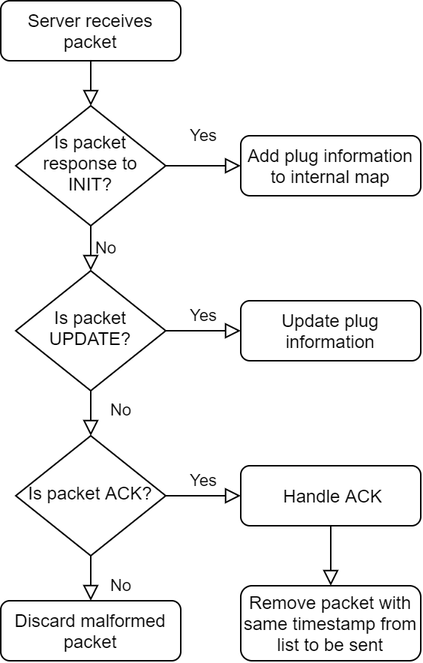
Before: paper/assets/server_logic.png, a diagram exported from draw.io (francescomagarotto/SmartPlugs-Wireless-Networks). Source tidied: cells renumbered, new cells last; positions are measured from the earlier drawing's top-left corner, leaving out a move shared by most shapes. Its diagram source:
```xml
<mxGraphModel>
  <root>
    <mxCell id="0" />
    <mxCell id="1" parent="0" />
    <mxCell id="2" style="rounded=0;html=1;jettySize=auto;fontSize=11;endArrow=block;endFill=0;endSize=8;strokeWidth=1;shadow=0;labelBackgroundColor=none;edgeStyle=orthogonalEdgeStyle;" parent="1" edge="1" source="3" target="6">
      <mxGeometry relative="1" as="geometry" />
    </mxCell>
    <mxCell id="3" value="Server receives packet" style="rounded=1;whiteSpace=wrap;html=1;fontSize=12;glass=0;strokeWidth=1;shadow=0;" parent="1" vertex="1">
      <mxGeometry width="120" height="40" as="geometry" />
    </mxCell>
    <mxCell id="4" value="Yes" style="rounded=0;html=1;jettySize=auto;fontSize=11;endArrow=block;endFill=0;endSize=8;strokeWidth=1;shadow=0;labelBackgroundColor=none;edgeStyle=orthogonalEdgeStyle;exitX=1;exitY=0.5;exitDx=0;exitDy=0;entryX=0;entryY=0.5;entryDx=0;entryDy=0;" parent="1" edge="1" source="6" target="7">
      <mxGeometry y="20" relative="1" as="geometry" />
    </mxCell>
    <mxCell id="5" value="No" style="edgeStyle=orthogonalEdgeStyle;rounded=0;html=1;jettySize=auto;fontSize=11;endArrow=block;endFill=0;endSize=8;strokeWidth=1;shadow=0;labelBackgroundColor=none;entryX=0.5;entryY=0;entryDx=0;entryDy=0;exitX=0.5;exitY=1;exitDx=0;exitDy=0;" parent="1" edge="1" source="6" target="10">
      <mxGeometry y="10" relative="1" as="geometry" />
    </mxCell>
    <mxCell id="6" value="Is packet response to INIT?" style="rhombus;whiteSpace=wrap;html=1;shadow=0;fontFamily=Helvetica;fontSize=12;align=center;strokeWidth=1;spacing=6;spacingTop=-4;" parent="1" vertex="1">
      <mxGeometry x="10" y="70" width="100" height="80" as="geometry" />
    </mxCell>
    <mxCell id="7" value="Add plug information to internal map" style="rounded=1;whiteSpace=wrap;html=1;fontSize=12;glass=0;strokeWidth=1;shadow=0;" parent="1" vertex="1">
      <mxGeometry x="160" y="90" width="120" height="40" as="geometry" />
    </mxCell>
    <mxCell id="8" value="No" style="rounded=0;html=1;jettySize=auto;fontSize=11;endArrow=block;endFill=0;endSize=8;strokeWidth=1;shadow=0;labelBackgroundColor=none;edgeStyle=orthogonalEdgeStyle;entryX=0.5;entryY=0;entryDx=0;entryDy=0;" parent="1" edge="1" source="10" target="13">
      <mxGeometry x="0.33" y="20" relative="1" as="geometry" />
    </mxCell>
    <mxCell id="9" value="Yes" style="edgeStyle=orthogonalEdgeStyle;rounded=0;html=1;jettySize=auto;fontSize=11;endArrow=block;endFill=0;endSize=8;strokeWidth=1;shadow=0;labelBackgroundColor=none;" parent="1" edge="1" source="10" target="12">
      <mxGeometry y="10" relative="1" as="geometry" />
    </mxCell>
    <mxCell id="10" value="Is packet UPDATE?" style="rhombus;whiteSpace=wrap;html=1;shadow=0;fontFamily=Helvetica;fontSize=12;align=center;strokeWidth=1;spacing=6;spacingTop=-4;" parent="1" vertex="1">
      <mxGeometry x="10" y="180" width="100" height="80" as="geometry" />
    </mxCell>
    <mxCell id="11" value="&amp;nbsp;Handle ACK" style="rounded=1;whiteSpace=wrap;html=1;fontSize=12;glass=0;strokeWidth=1;shadow=0;" parent="1" vertex="1">
      <mxGeometry x="160" y="310" width="120" height="40" as="geometry" />
    </mxCell>
    <mxCell id="12" value="Update plug information" style="rounded=1;whiteSpace=wrap;html=1;fontSize=12;glass=0;strokeWidth=1;shadow=0;" parent="1" vertex="1">
      <mxGeometry x="160" y="200" width="120" height="40" as="geometry" />
    </mxCell>
    <mxCell id="13" value="Is packet ACK?" style="rhombus;whiteSpace=wrap;html=1;shadow=0;fontFamily=Helvetica;fontSize=12;align=center;strokeWidth=1;spacing=6;spacingTop=-4;" parent="1" vertex="1">
      <mxGeometry x="10" y="290" width="100" height="80" as="geometry" />
    </mxCell>
    <mxCell id="14" value="Yes" style="edgeStyle=orthogonalEdgeStyle;rounded=0;html=1;jettySize=auto;fontSize=11;endArrow=block;endFill=0;endSize=8;strokeWidth=1;shadow=0;labelBackgroundColor=none;exitX=1;exitY=0.5;exitDx=0;exitDy=0;entryX=0;entryY=0.5;entryDx=0;entryDy=0;" parent="1" edge="1" source="13" target="11">
      <mxGeometry y="10" relative="1" as="geometry">
        <Array as="points">
          <mxPoint x="130" y="330" />
          <mxPoint x="130" y="330" />
        </Array>
      </mxGeometry>
    </mxCell>
    <mxCell id="15" value="No" style="rounded=0;html=1;jettySize=auto;fontSize=11;endArrow=block;endFill=0;endSize=8;strokeWidth=1;shadow=0;labelBackgroundColor=none;edgeStyle=orthogonalEdgeStyle;entryX=0.5;entryY=0;entryDx=0;entryDy=0;exitX=0.5;exitY=1;exitDx=0;exitDy=0;" parent="1" edge="1" source="13" target="16">
      <mxGeometry x="0.33" y="20" relative="1" as="geometry" />
    </mxCell>
    <mxCell id="16" value="Discard malformed packet" style="rounded=1;whiteSpace=wrap;html=1;fontSize=12;glass=0;strokeWidth=1;shadow=0;" parent="1" vertex="1">
      <mxGeometry y="400" width="120" height="40" as="geometry" />
    </mxCell>
    <mxCell id="17" style="rounded=0;html=1;jettySize=auto;fontSize=11;endArrow=block;endFill=0;endSize=8;strokeWidth=1;shadow=0;labelBackgroundColor=none;edgeStyle=orthogonalEdgeStyle;exitX=0.5;exitY=1;exitDx=0;exitDy=0;entryX=0.5;entryY=0;entryDx=0;entryDy=0;" parent="1" edge="1" source="11" target="18">
      <mxGeometry relative="1" as="geometry" />
    </mxCell>
    <mxCell id="18" value="Remove packet with same timestamp from list to be sent" style="rounded=1;whiteSpace=wrap;html=1;fontSize=12;glass=0;strokeWidth=1;shadow=0;" parent="1" vertex="1">
      <mxGeometry x="160" y="390" width="120" height="50" as="geometry" />
    </mxCell>
  </root>
</mxGraphModel>
```
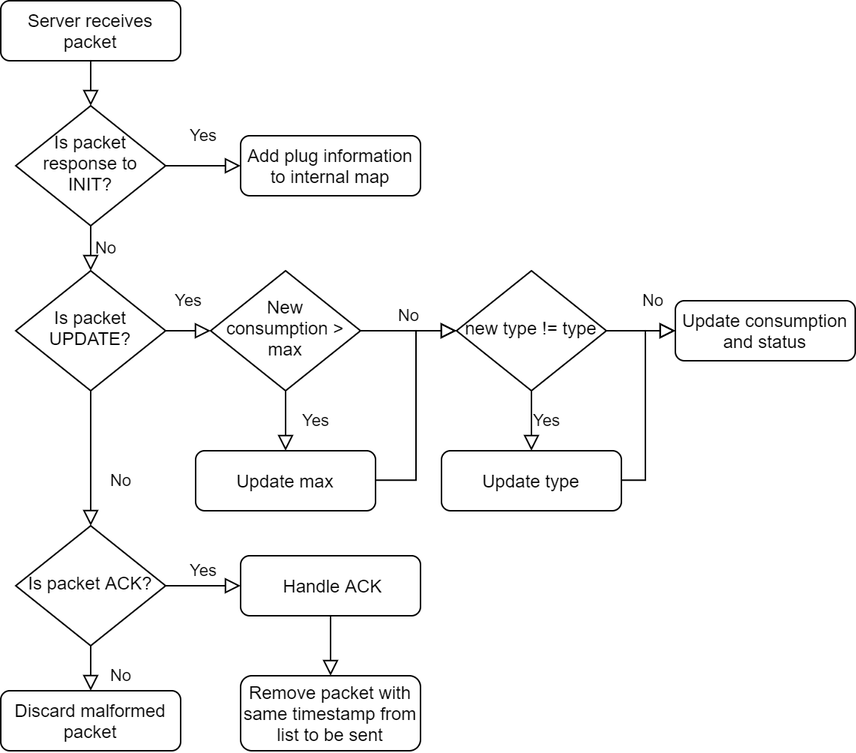
After the change.

The edit, as a diff of the source:
```diff
@@ -6,57 +6,103 @@
       <mxGeometry relative="1" as="geometry" />
     </mxCell>
     <mxCell id="3" value="Server receives packet" style="rounded=1;whiteSpace=wrap;html=1;fontSize=12;glass=0;strokeWidth=1;shadow=0;" parent="1" vertex="1">
-      <mxGeometry width="120" height="40" as="geometry" />
+      <mxGeometry x="80" y="-30" width="120" height="40" as="geometry" />
     </mxCell>
     <mxCell id="4" value="Yes" style="rounded=0;html=1;jettySize=auto;fontSize=11;endArrow=block;endFill=0;endSize=8;strokeWidth=1;shadow=0;labelBackgroundColor=none;edgeStyle=orthogonalEdgeStyle;exitX=1;exitY=0.5;exitDx=0;exitDy=0;entryX=0;entryY=0.5;entryDx=0;entryDy=0;" parent="1" edge="1" source="6" target="7">
       <mxGeometry y="20" relative="1" as="geometry" />
     </mxCell>
-    <mxCell id="5" value="No" style="edgeStyle=orthogonalEdgeStyle;rounded=0;html=1;jettySize=auto;fontSize=11;endArrow=block;endFill=0;endSize=8;strokeWidth=1;shadow=0;labelBackgroundColor=none;entryX=0.5;entryY=0;entryDx=0;entryDy=0;exitX=0.5;exitY=1;exitDx=0;exitDy=0;" parent="1" edge="1" source="6" target="10">
+    <mxCell id="5" value="No" style="edgeStyle=orthogonalEdgeStyle;rounded=0;html=1;jettySize=auto;fontSize=11;endArrow=block;endFill=0;endSize=8;strokeWidth=1;shadow=0;labelBackgroundColor=none;entryX=0.5;entryY=0;entryDx=0;entryDy=0;exitX=0.5;exitY=1;exitDx=0;exitDy=0;" parent="1" edge="1" source="6" target="9">
       <mxGeometry y="10" relative="1" as="geometry" />
     </mxCell>
     <mxCell id="6" value="Is packet response to INIT?" style="rhombus;whiteSpace=wrap;html=1;shadow=0;fontFamily=Helvetica;fontSize=12;align=center;strokeWidth=1;spacing=6;spacingTop=-4;" parent="1" vertex="1">
-      <mxGeometry x="10" y="70" width="100" height="80" as="geometry" />
+      <mxGeometry x="90" y="40" width="100" height="80" as="geometry" />
     </mxCell>
     <mxCell id="7" value="Add plug information to internal map" style="rounded=1;whiteSpace=wrap;html=1;fontSize=12;glass=0;strokeWidth=1;shadow=0;" parent="1" vertex="1">
-      <mxGeometry x="160" y="90" width="120" height="40" as="geometry" />
+      <mxGeometry x="240" y="60" width="120" height="40" as="geometry" />
     </mxCell>
-    <mxCell id="8" value="No" style="rounded=0;html=1;jettySize=auto;fontSize=11;endArrow=block;endFill=0;endSize=8;strokeWidth=1;shadow=0;labelBackgroundColor=none;edgeStyle=orthogonalEdgeStyle;entryX=0.5;entryY=0;entryDx=0;entryDy=0;" parent="1" edge="1" source="10" target="13">
+    <mxCell id="8" value="No" style="rounded=0;html=1;jettySize=auto;fontSize=11;endArrow=block;endFill=0;endSize=8;strokeWidth=1;shadow=0;labelBackgroundColor=none;edgeStyle=orthogonalEdgeStyle;entryX=0.5;entryY=0;entryDx=0;entryDy=0;" parent="1" edge="1" source="9" target="11">
       <mxGeometry x="0.33" y="20" relative="1" as="geometry" />
     </mxCell>
-    <mxCell id="9" value="Yes" style="edgeStyle=orthogonalEdgeStyle;rounded=0;html=1;jettySize=auto;fontSize=11;endArrow=block;endFill=0;endSize=8;strokeWidth=1;shadow=0;labelBackgroundColor=none;" parent="1" edge="1" source="10" target="12">
-      <mxGeometry y="10" relative="1" as="geometry" />
+    <mxCell id="9" value="Is packet UPDATE?" style="rhombus;whiteSpace=wrap;html=1;shadow=0;fontFamily=Helvetica;fontSize=12;align=center;strokeWidth=1;spacing=6;spacingTop=-4;" parent="1" vertex="1">
+      <mxGeometry x="90" y="150" width="100" height="80" as="geometry" />
     </mxCell>
-    <mxCell id="10" value="Is packet UPDATE?" style="rhombus;whiteSpace=wrap;html=1;shadow=0;fontFamily=Helvetica;fontSize=12;align=center;strokeWidth=1;spacing=6;spacingTop=-4;" parent="1" vertex="1">
-      <mxGeometry x="10" y="180" width="100" height="80" as="geometry" />
+    <mxCell id="10" value="&amp;nbsp;Handle ACK" style="rounded=1;whiteSpace=wrap;html=1;fontSize=12;glass=0;strokeWidth=1;shadow=0;" parent="1" vertex="1">
+      <mxGeometry x="240" y="340" width="120" height="40" as="geometry" />
     </mxCell>
-    <mxCell id="11" value="&amp;nbsp;Handle ACK" style="rounded=1;whiteSpace=wrap;html=1;fontSize=12;glass=0;strokeWidth=1;shadow=0;" parent="1" vertex="1">
-      <mxGeometry x="160" y="310" width="120" height="40" as="geometry" />
+    <mxCell id="11" value="Is packet ACK?" style="rhombus;whiteSpace=wrap;html=1;shadow=0;fontFamily=Helvetica;fontSize=12;align=center;strokeWidth=1;spacing=6;spacingTop=-4;" parent="1" vertex="1">
+      <mxGeometry x="90" y="320" width="100" height="80" as="geometry" />
     </mxCell>
-    <mxCell id="12" value="Update plug information" style="rounded=1;whiteSpace=wrap;html=1;fontSize=12;glass=0;strokeWidth=1;shadow=0;" parent="1" vertex="1">
-      <mxGeometry x="160" y="200" width="120" height="40" as="geometry" />
+    <mxCell id="12" value="Yes" style="edgeStyle=orthogonalEdgeStyle;rounded=0;html=1;jettySize=auto;fontSize=11;endArrow=block;endFill=0;endSize=8;strokeWidth=1;shadow=0;labelBackgroundColor=none;exitX=1;exitY=0.5;exitDx=0;exitDy=0;entryX=0;entryY=0.5;entryDx=0;entryDy=0;" parent="1" edge="1" source="11" target="10">
+      <mxGeometry y="10" relative="1" as="geometry">
+        <Array as="points">
+          <mxPoint x="210" y="360" />
+          <mxPoint x="210" y="360" />
+        </Array>
+      </mxGeometry>
     </mxCell>
-    <mxCell id="13" value="Is packet ACK?" style="rhombus;whiteSpace=wrap;html=1;shadow=0;fontFamily=Helvetica;fontSize=12;align=center;strokeWidth=1;spacing=6;spacingTop=-4;" parent="1" vertex="1">
-      <mxGeometry x="10" y="290" width="100" height="80" as="geometry" />
+    <mxCell id="13" value="No" style="rounded=0;html=1;jettySize=auto;fontSize=11;endArrow=block;endFill=0;endSize=8;strokeWidth=1;shadow=0;labelBackgroundColor=none;edgeStyle=orthogonalEdgeStyle;entryX=0.5;entryY=0;entryDx=0;entryDy=0;exitX=0.5;exitY=1;exitDx=0;exitDy=0;" parent="1" edge="1" source="11" target="14">
+      <mxGeometry x="0.33" y="20" relative="1" as="geometry" />
     </mxCell>
-    <mxCell id="14" value="Yes" style="edgeStyle=orthogonalEdgeStyle;rounded=0;html=1;jettySize=auto;fontSize=11;endArrow=block;endFill=0;endSize=8;strokeWidth=1;shadow=0;labelBackgroundColor=none;exitX=1;exitY=0.5;exitDx=0;exitDy=0;entryX=0;entryY=0.5;entryDx=0;entryDy=0;" parent="1" edge="1" source="13" target="11">
-      <mxGeometry y="10" relative="1" as="geometry">
-        <Array as="points">
-          <mxPoint x="130" y="330" />
-          <mxPoint x="130" y="330" />
-        </Array>
-      </mxGeometry>
+    <mxCell id="14" value="Discard malformed packet" style="rounded=1;whiteSpace=wrap;html=1;fontSize=12;glass=0;strokeWidth=1;shadow=0;" parent="1" vertex="1">
+      <mxGeometry x="80" y="430" width="120" height="40" as="geometry" />
     </mxCell>
-    <mxCell id="15" value="No" style="rounded=0;html=1;jettySize=auto;fontSize=11;endArrow=block;endFill=0;endSize=8;strokeWidth=1;shadow=0;labelBackgroundColor=none;edgeStyle=orthogonalEdgeStyle;entryX=0.5;entryY=0;entryDx=0;entryDy=0;exitX=0.5;exitY=1;exitDx=0;exitDy=0;" parent="1" edge="1" source="13" target="16">
-      <mxGeometry x="0.33" y="20" relative="1" as="geometry" />
+    <mxCell id="15" value="Yes" style="rounded=0;html=1;jettySize=auto;fontSize=11;endArrow=block;endFill=0;endSize=8;strokeWidth=1;shadow=0;labelBackgroundColor=none;edgeStyle=orthogonalEdgeStyle;exitX=0.5;exitY=1;exitDx=0;exitDy=0;" parent="1" edge="1" source="17" target="18">
+      <mxGeometry y="20" relative="1" as="geometry" />
     </mxCell>
-    <mxCell id="16" value="Discard malformed packet" style="rounded=1;whiteSpace=wrap;html=1;fontSize=12;glass=0;strokeWidth=1;shadow=0;" parent="1" vertex="1">
-      <mxGeometry y="400" width="120" height="40" as="geometry" />
+    <mxCell id="16" value="No" style="edgeStyle=orthogonalEdgeStyle;rounded=0;html=1;jettySize=auto;fontSize=11;endArrow=block;endFill=0;endSize=8;strokeWidth=1;shadow=0;labelBackgroundColor=none;entryX=0;entryY=0.5;entryDx=0;entryDy=0;" parent="1" edge="1" source="17" target="21">
+      <mxGeometry y="10" relative="1" as="geometry" />
     </mxCell>
-    <mxCell id="17" style="rounded=0;html=1;jettySize=auto;fontSize=11;endArrow=block;endFill=0;endSize=8;strokeWidth=1;shadow=0;labelBackgroundColor=none;edgeStyle=orthogonalEdgeStyle;exitX=0.5;exitY=1;exitDx=0;exitDy=0;entryX=0.5;entryY=0;entryDx=0;entryDy=0;" parent="1" edge="1" source="11" target="18">
-      <mxGeometry relative="1" as="geometry" />
+    <mxCell id="17" value="New consumption &amp;gt; max" style="rhombus;whiteSpace=wrap;html=1;shadow=0;fontFamily=Helvetica;fontSize=12;align=center;strokeWidth=1;spacing=6;spacingTop=-4;" parent="1" vertex="1">
+      <mxGeometry x="220" y="150" width="100" height="80" as="geometry" />
     </mxCell>
-    <mxCell id="18" value="Remove packet with same timestamp from list to be sent" style="rounded=1;whiteSpace=wrap;html=1;fontSize=12;glass=0;strokeWidth=1;shadow=0;" parent="1" vertex="1">
-      <mxGeometry x="160" y="390" width="120" height="50" as="geometry" />
+    <mxCell id="18" value="Update max" style="rounded=1;whiteSpace=wrap;html=1;fontSize=12;glass=0;strokeWidth=1;shadow=0;" parent="1" vertex="1">
+      <mxGeometry x="210" y="270" width="120" height="40" as="geometry" />
     </mxCell>
+    <mxCell id="19" value="No" style="rounded=0;html=1;jettySize=auto;fontSize=11;endArrow=block;endFill=0;endSize=8;strokeWidth=1;shadow=0;labelBackgroundColor=none;edgeStyle=orthogonalEdgeStyle;" parent="1" edge="1" source="21">
+      <mxGeometry x="0.33" y="20" relative="1" as="geometry">
+        <mxPoint x="530" y="190" as="targetPoint" />
+      </mxGeometry>
+    </mxCell>
+    <mxCell id="20" value="Yes" style="edgeStyle=orthogonalEdgeStyle;rounded=0;html=1;jettySize=auto;fontSize=11;endArrow=block;endFill=0;endSize=8;strokeWidth=1;shadow=0;labelBackgroundColor=none;" parent="1" edge="1" source="21" target="23">
+      <mxGeometry y="10" relative="1" as="geometry" />
+    </mxCell>
+    <mxCell id="21" value="new type != type" style="rhombus;whiteSpace=wrap;html=1;shadow=0;fontFamily=Helvetica;fontSize=12;align=center;strokeWidth=1;spacing=6;spacingTop=-4;" parent="1" vertex="1">
+      <mxGeometry x="384" y="150" width="100" height="80" as="geometry" />
+    </mxCell>
+    <mxCell id="22" value="Update consumption and status" style="rounded=1;whiteSpace=wrap;html=1;fontSize=12;glass=0;strokeWidth=1;shadow=0;" parent="1" vertex="1">
+      <mxGeometry x="530" y="170" width="120" height="40" as="geometry" />
+    </mxCell>
+    <mxCell id="23" value="Update type" style="rounded=1;whiteSpace=wrap;html=1;fontSize=12;glass=0;strokeWidth=1;shadow=0;" parent="1" vertex="1">
+      <mxGeometry x="374" y="270" width="120" height="40" as="geometry" />
+    </mxCell>
+    <mxCell id="24" style="rounded=0;html=1;jettySize=auto;fontSize=11;endArrow=block;endFill=0;endSize=8;strokeWidth=1;shadow=0;labelBackgroundColor=none;edgeStyle=orthogonalEdgeStyle;exitX=0.5;exitY=1;exitDx=0;exitDy=0;entryX=0.5;entryY=0;entryDx=0;entryDy=0;" parent="1" edge="1" source="10" target="25">
+      <mxGeometry relative="1" as="geometry" />
+    </mxCell>
+    <mxCell id="25" value="Remove packet with same timestamp from list to be sent" style="rounded=1;whiteSpace=wrap;html=1;fontSize=12;glass=0;strokeWidth=1;shadow=0;" parent="1" vertex="1">
+      <mxGeometry x="240" y="420" width="120" height="50" as="geometry" />
+    </mxCell>
+    <mxCell id="26" value="Yes" style="rounded=0;html=1;jettySize=auto;fontSize=11;endArrow=block;endFill=0;endSize=8;strokeWidth=1;shadow=0;labelBackgroundColor=none;edgeStyle=orthogonalEdgeStyle;exitX=1;exitY=0.5;exitDx=0;exitDy=0;entryX=0;entryY=0.5;entryDx=0;entryDy=0;" parent="1" edge="1" source="9" target="17">
+      <mxGeometry y="20" relative="1" as="geometry">
+        <Array as="points">
+          <mxPoint x="210" y="190" />
+          <mxPoint x="210" y="190" />
+        </Array>
+      </mxGeometry>
+    </mxCell>
+    <mxCell id="27" style="rounded=0;html=1;jettySize=auto;fontSize=11;endArrow=block;endFill=0;endSize=8;strokeWidth=1;shadow=0;labelBackgroundColor=none;edgeStyle=orthogonalEdgeStyle;entryX=0;entryY=0.5;entryDx=0;entryDy=0;" parent="1" edge="1" target="21">
+      <mxGeometry relative="1" as="geometry">
+        <mxPoint x="330" y="289.7" as="sourcePoint" />
+      </mxGeometry>
+    </mxCell>
+    <mxCell id="28" style="rounded=0;html=1;jettySize=auto;orthogonalLoop=1;fontSize=11;endArrow=block;endFill=0;endSize=8;strokeWidth=1;shadow=0;labelBackgroundColor=none;edgeStyle=orthogonalEdgeStyle;" parent="1" edge="1">
+      <mxGeometry relative="1" as="geometry">
+        <mxPoint x="494" y="289.7" as="sourcePoint" />
+        <mxPoint x="530" y="190" as="targetPoint" />
+        <Array as="points">
+          <mxPoint x="510" y="290" />
+          <mxPoint x="510" y="190" />
+        </Array>
+      </mxGeometry>
+    </mxCell>
   </root>
 </mxGraphModel>
```
